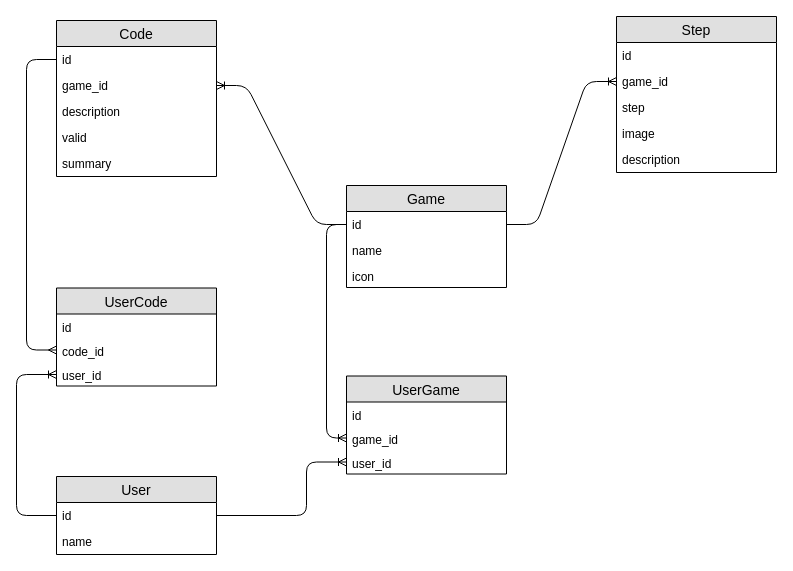
Before: works/er_diagrams.drawio in cmlonder/code_redeemer, a draw.io diagram. Source tidied: cells renumbered, new cells numbered last; positions are measured from the earlier drawing's top-left corner, leaving out a move shared by most shapes. Both pictures are drawn from the tidied source at 100%, with x=0, y=0 at pixel (16, 16).
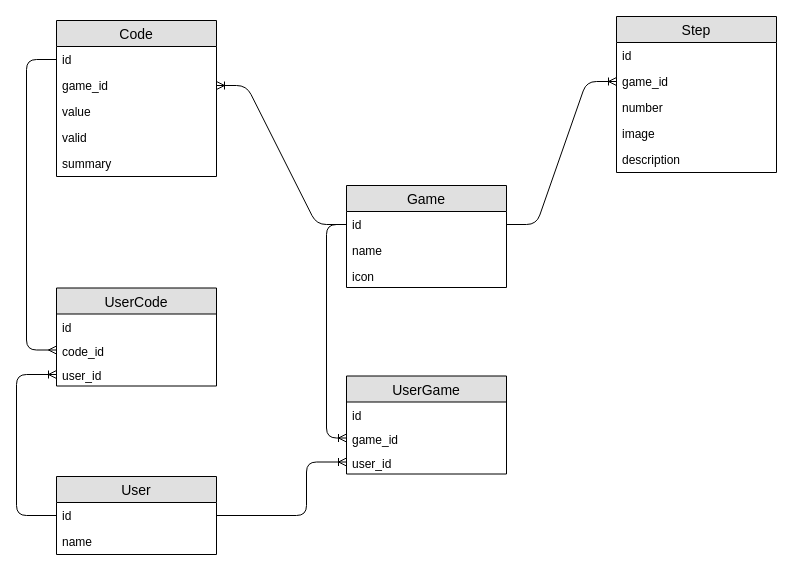
Above is the later version.

Unchanged cells that the change refers to:
```xml
<mxCell id="9" value="Code" style="swimlane;fontStyle=0;horizontal=1;startSize=26;fillColor=#e0e0e0;swimlaneFillColor=#ffffff;align=center;fontSize=14;" parent="1" vertex="1">
  <mxGeometry x="40" y="4" width="160" height="156" as="geometry" />
</mxCell>
<mxCell id="15" value="Step" style="swimlane;fontStyle=0;horizontal=1;startSize=26;fillColor=#e0e0e0;swimlaneFillColor=#ffffff;align=center;fontSize=14;" parent="1" vertex="1">
  <mxGeometry x="600" width="160" height="156" as="geometry" />
</mxCell>
```

Change to the diagram source:
```diff
@@
-    <mxCell id="12" value="description" style="text;strokeColor=none;fillColor=none;spacingLeft=4;spacingRight=4;overflow=hidden;fontSize=12;" parent="9" vertex="1">
+    <mxCell id="12" value="value" style="text;strokeColor=none;fillColor=none;spacingLeft=4;spacingRight=4;overflow=hidden;fontSize=12;" parent="9" vertex="1">
       <mxGeometry y="78" width="160" height="26" as="geometry" />
     </mxCell>
@@
-    <mxCell id="18" value="step" style="text;strokeColor=none;fillColor=none;spacingLeft=4;spacingRight=4;overflow=hidden;fontSize=12;" parent="15" vertex="1">
+    <mxCell id="18" value="number" style="text;strokeColor=none;fillColor=none;spacingLeft=4;spacingRight=4;overflow=hidden;fontSize=12;" parent="15" vertex="1">
       <mxGeometry y="78" width="160" height="26" as="geometry" />
     </mxCell>
```
